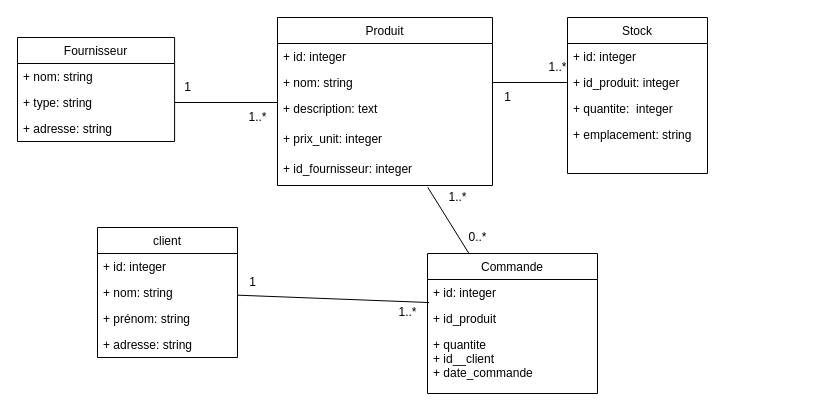
Above: conception/diagramme_classe.drawio in antonio150/gestion_stock (draw.io), before the change. Source tidied: cells renumbered, new cells numbered last; positions are measured from the earlier drawing's top-left corner, leaving out a move shared by most shapes. Both pictures are drawn from the tidied source at 100%, with x=0, y=0 at pixel (17, 17).
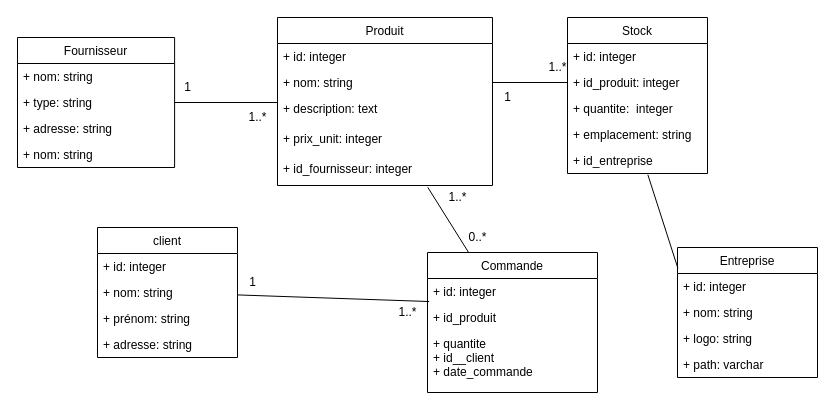
The same page after the edit.

The change refers to these unchanged cells:
```xml
<mxCell id="12" value="Stock" style="swimlane;fontStyle=0;horizontal=1;startSize=26;fillColor=none;glass=0;" parent="1" vertex="1">
  <mxGeometry x="550" width="140" height="156" as="geometry" />
</mxCell>
```

What changed in the source:
```diff
@@
     <mxCell id="2" value="Fournisseur" style="swimlane;fontStyle=0;horizontal=1;startSize=26;fillColor=none;" parent="1" vertex="1">
-      <mxGeometry y="20" width="157.1" height="104" as="geometry" />
+      <mxGeometry y="20" width="157.1" height="130" as="geometry" />
     </mxCell>
@@
+    <mxCell id="40" value="+ nom: string" style="text;strokeColor=none;fillColor=none;align=left;verticalAlign=top;spacingLeft=4;spacingRight=4;overflow=hidden;" parent="2" vertex="1">
+      <mxGeometry y="104" width="157.1" height="26" as="geometry" />
+    </mxCell>
@@
-    <mxCell id="17" style="text;strokeColor=none;fillColor=none;align=left;verticalAlign=top;spacingLeft=4;spacingRight=4;overflow=hidden;points=[[0,0.5],[1,0.5]];portConstraint=eastwest;glass=0;" parent="12" vertex="1">
+    <mxCell id="17" value="+ id_entreprise" style="text;strokeColor=none;fillColor=none;align=left;verticalAlign=top;spacingLeft=4;spacingRight=4;overflow=hidden;points=[[0,0.5],[1,0.5]];portConstraint=eastwest;glass=0;" parent="12" vertex="1">
       <mxGeometry y="130" width="140" height="26" as="geometry" />
     </mxCell>
@@
     <mxCell id="24" value="Commande" style="swimlane;fontStyle=0;horizontal=1;startSize=26;fillColor=none;glass=0;" parent="1" vertex="1">
-      <mxGeometry x="410" y="236" width="170" height="140" as="geometry" />
+      <mxGeometry x="410" y="235" width="170" height="140" as="geometry" />
     </mxCell>
@@
-    <mxCell id="27" value="+ quantite&#10;+ id__client&#10;+ date_commande" style="text;strokeColor=none;fillColor=none;align=left;verticalAlign=top;spacingLeft=4;spacingRight=4;overflow=hidden;glass=0;" parent="24" vertex="1">
+    <mxCell id="27" value="+ quantite&#10;+ id__client&#10;+ date_commande        " style="text;strokeColor=none;fillColor=none;align=left;verticalAlign=top;spacingLeft=4;spacingRight=4;overflow=hidden;glass=0;" parent="24" vertex="1">
       <mxGeometry y="78" width="170" height="62" as="geometry" />
     </mxCell>
@@
+    <mxCell id="41" value="Entreprise" style="swimlane;fontStyle=0;horizontal=1;startSize=26;fillColor=none;" parent="1" vertex="1">
+      <mxGeometry x="660" y="230" width="140" height="130" as="geometry" />
+    </mxCell>
+    <mxCell id="42" value="+ id: integer" style="text;strokeColor=none;fillColor=none;align=left;verticalAlign=top;spacingLeft=4;spacingRight=4;overflow=hidden;" parent="41" vertex="1">
+      <mxGeometry y="26" width="140" height="26" as="geometry" />
+    </mxCell>
+    <mxCell id="43" value="+ nom: string" style="text;strokeColor=none;fillColor=none;align=left;verticalAlign=top;spacingLeft=4;spacingRight=4;overflow=hidden;" parent="41" vertex="1">
+      <mxGeometry y="52" width="140" height="26" as="geometry" />
+    </mxCell>
+    <mxCell id="44" value="+ logo: string" style="text;strokeColor=none;fillColor=none;align=left;verticalAlign=top;spacingLeft=4;spacingRight=4;overflow=hidden;" parent="41" vertex="1">
+      <mxGeometry y="78" width="140" height="26" as="geometry" />
+    </mxCell>
+    <mxCell id="45" value="+ path: varchar" style="text;strokeColor=none;fillColor=none;align=left;verticalAlign=top;spacingLeft=4;spacingRight=4;overflow=hidden;" parent="41" vertex="1">
+      <mxGeometry y="104" width="140" height="26" as="geometry" />
+    </mxCell>
+    <mxCell id="46" style="edgeStyle=none;html=1;entryX=0.574;entryY=1.048;entryDx=0;entryDy=0;entryPerimeter=0;exitX=0.003;exitY=0.16;exitDx=0;exitDy=0;exitPerimeter=0;endArrow=none;endFill=0;" parent="1" edge="1" source="41" target="17">
+      <mxGeometry relative="1" as="geometry" />
+    </mxCell>
```
